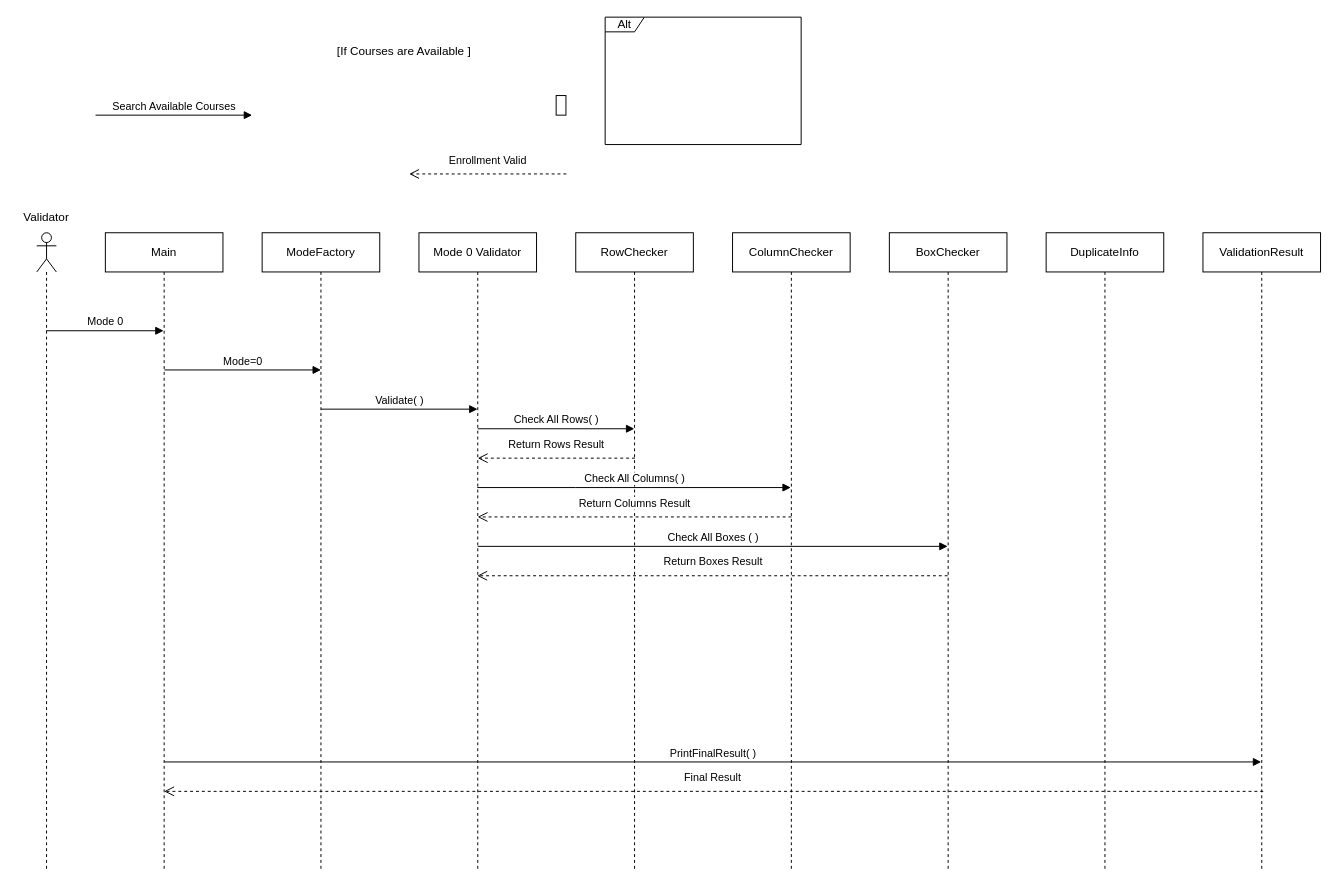
The draw.io diagram SequenceMode0Diagram.drawio in ghadeer4705/Lab9_Sudoku1, before the edit. Source tidied: cells renumbered, new cells numbered last; positions are measured from the earlier drawing's top-left corner, leaving out a move shared by most shapes. Both pictures are drawn from the tidied source at 98%, with x=0, y=0 at pixel (17, 17).
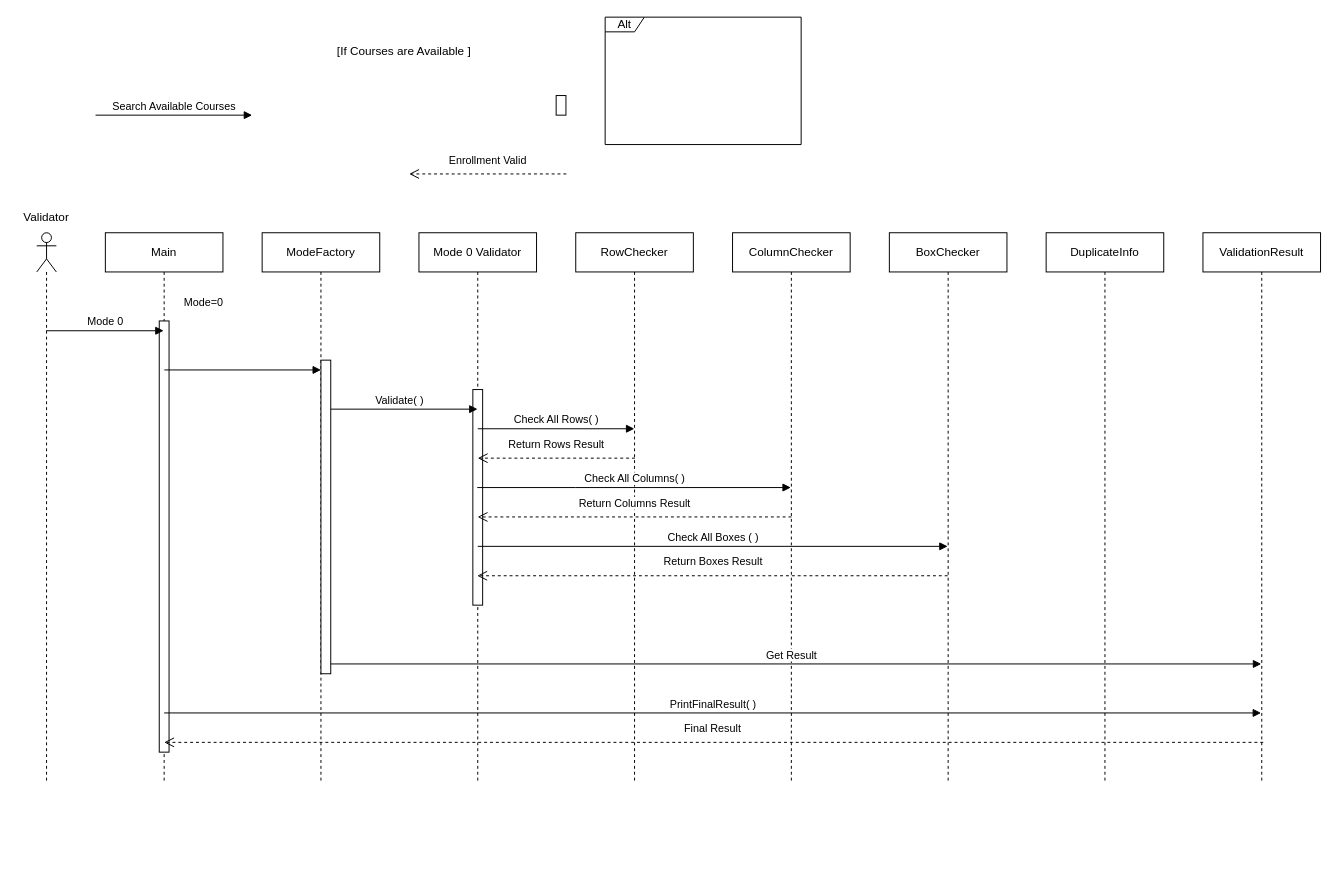
Above is the later version.

Change to the diagram source:
```diff
@@
     <mxCell id="4" value="Main" style="shape=umlLifeline;perimeter=lifelinePerimeter;whiteSpace=wrap;html=1;newEdgeStyle={&quot;curved&quot;:0,&quot;rounded&quot;:0};size=40;" parent="1" vertex="1">
-      <mxGeometry x="90" y="220" width="120" height="650" as="geometry" />
+      <mxGeometry x="90" y="220" width="120" height="560" as="geometry" />
     </mxCell>
+    <mxCell id="28" style="html=1;perimeter=orthogonalPerimeter;targetShapes=umlLifeline;newEdgeStyle={&quot;curved&quot;:0,&quot;rounded&quot;:0};" parent="4" vertex="1">
+      <mxGeometry x="55" y="90" width="10" height="440" as="geometry" />
+    </mxCell>
@@
     <mxCell id="8" style="shape=umlLifeline;perimeter=lifelinePerimeter;whiteSpace=wrap;html=1;newEdgeStyle={&quot;curved&quot;:0,&quot;rounded&quot;:0};participant=umlActor;" parent="1" vertex="1">
-      <mxGeometry x="20" y="220" width="20" height="650" as="geometry" />
+      <mxGeometry x="20" y="220" width="20" height="560" as="geometry" />
     </mxCell>
     <mxCell id="9" value="ModeFactory" style="shape=umlLifeline;perimeter=lifelinePerimeter;whiteSpace=wrap;html=1;newEdgeStyle={&quot;curved&quot;:0,&quot;rounded&quot;:0};size=40;" parent="1" vertex="1">
-      <mxGeometry x="250" y="220" width="120" height="650" as="geometry" />
+      <mxGeometry x="250" y="220" width="120" height="560" as="geometry" />
     </mxCell>
     <mxCell id="10" value="Mode 0 Validator" style="shape=umlLifeline;perimeter=lifelinePerimeter;whiteSpace=wrap;html=1;outlineConnect=0;portConstraint=eastwest;newEdgeStyle={&quot;curved&quot;:0,&quot;rounded&quot;:0};size=40;" parent="1" vertex="1">
-      <mxGeometry x="410" y="220" width="120" height="650" as="geometry" />
+      <mxGeometry x="410" y="220" width="120" height="560" as="geometry" />
     </mxCell>
+    <mxCell id="29" style="html=1;perimeter=orthogonalPerimeter;targetShapes=umlLifeline;newEdgeStyle={&quot;curved&quot;:0,&quot;rounded&quot;:0};" parent="10" vertex="1">
+      <mxGeometry x="55" y="160" width="10" height="220" as="geometry" />
+    </mxCell>
     <mxCell id="11" value="RowChecker" style="shape=umlLifeline;perimeter=lifelinePerimeter;whiteSpace=wrap;html=1;newEdgeStyle={&quot;curved&quot;:0,&quot;rounded&quot;:0};size=40;" parent="1" vertex="1">
-      <mxGeometry x="570" y="220" width="120" height="650" as="geometry" />
+      <mxGeometry x="570" y="220" width="120" height="560" as="geometry" />
     </mxCell>
     <mxCell id="12" value="ColumnChecker" style="shape=umlLifeline;perimeter=lifelinePerimeter;whiteSpace=wrap;html=1;outlineConnect=0;portConstraint=eastwest;newEdgeStyle={&quot;curved&quot;:0,&quot;rounded&quot;:0};size=40;" parent="1" vertex="1">
-      <mxGeometry x="730" y="220" width="120" height="650" as="geometry" />
+      <mxGeometry x="730" y="220" width="120" height="560" as="geometry" />
     </mxCell>
     <mxCell id="13" value="BoxChecker" style="shape=umlLifeline;perimeter=lifelinePerimeter;whiteSpace=wrap;html=1;outlineConnect=0;portConstraint=eastwest;newEdgeStyle={&quot;curved&quot;:0,&quot;rounded&quot;:0};size=40;" parent="1" vertex="1">
-      <mxGeometry x="890" y="220" width="120" height="650" as="geometry" />
+      <mxGeometry x="890" y="220" width="120" height="560" as="geometry" />
     </mxCell>
     <mxCell id="14" value="DuplicateInfo" style="shape=umlLifeline;perimeter=lifelinePerimeter;whiteSpace=wrap;html=1;newEdgeStyle={&quot;curved&quot;:0,&quot;rounded&quot;:0};size=40;" parent="1" vertex="1">
-      <mxGeometry x="1050" y="220" width="120" height="650" as="geometry" />
+      <mxGeometry x="1050" y="220" width="120" height="560" as="geometry" />
     </mxCell>
     <mxCell id="15" value="ValidationResult" style="shape=umlLifeline;perimeter=lifelinePerimeter;whiteSpace=wrap;html=1;outlineConnect=0;portConstraint=eastwest;newEdgeStyle={&quot;curved&quot;:0,&quot;rounded&quot;:0};size=40;" parent="1" vertex="1">
-      <mxGeometry x="1210" y="220" width="120" height="650" as="geometry" />
+      <mxGeometry x="1210" y="220" width="120" height="560" as="geometry" />
     </mxCell>
@@
-    <mxCell id="18" value="Mode=0" style="html=1;verticalAlign=bottom;endArrow=block;curved=0;rounded=0;" parent="1" edge="1">
-      <mxGeometry relative="1" as="geometry">
-        <mxPoint x="150.2" y="360" as="sourcePoint" />
+    <mxCell id="18" value="Mode=0" style="html=1;verticalAlign=bottom;endArrow=block;curved=0;rounded=0;" parent="1" edge="1" source="32">
+      <mxGeometry x="1" y="60" relative="1" as="geometry">
         <mxPoint x="310" y="360" as="targetPoint" />
+        <mxPoint x="-60" y="-60" as="offset" />
       </mxGeometry>
     </mxCell>
     <mxCell id="19" value="PrintFinalResult( )" style="html=1;verticalAlign=bottom;endArrow=block;curved=0;rounded=0;" parent="1" edge="1">
       <mxGeometry relative="1" as="geometry">
-        <mxPoint x="150.2" y="760" as="sourcePoint" />
-        <mxPoint x="1269.5" y="760" as="targetPoint" />
+        <mxPoint x="150" y="710" as="sourcePoint" />
+        <mxPoint x="1269.3" y="710" as="targetPoint" />
       </mxGeometry>
     </mxCell>
@@
     <mxCell id="21" value="Final Result&amp;nbsp;" style="html=1;verticalAlign=bottom;endArrow=open;dashed=1;endSize=8;curved=0;rounded=0;" parent="1" edge="1">
       <mxGeometry y="-5" relative="1" as="geometry">
-        <mxPoint x="1271.5" y="790" as="sourcePoint" />
-        <mxPoint x="150" y="790" as="targetPoint" />
+        <mxPoint x="1271.5" y="740" as="sourcePoint" />
+        <mxPoint x="150" y="740" as="targetPoint" />
         <Array as="points">
-          <mxPoint x="1172" y="790" />
+          <mxPoint x="1172" y="740" />
         </Array>
       </mxGeometry>
     </mxCell>
@@
+    <mxCell id="30" value="Get Result" style="html=1;verticalAlign=bottom;endArrow=block;curved=0;rounded=0;" parent="1" edge="1" target="15">
+      <mxGeometry relative="1" as="geometry">
+        <mxPoint x="310" y="660" as="sourcePoint" />
+      </mxGeometry>
+    </mxCell>
+    <mxCell id="31" style="html=1;verticalAlign=bottom;endArrow=block;curved=0;rounded=0;" parent="1" edge="1" target="32">
+      <mxGeometry relative="1" as="geometry">
+        <mxPoint x="150.2" y="360" as="sourcePoint" />
+      </mxGeometry>
+    </mxCell>
+    <mxCell id="32" style="html=1;points=[[0,0,0,0,5],[0,1,0,0,-5],[1,0,0,0,5],[1,1,0,0,-5]];perimeter=orthogonalPerimeter;outlineConnect=0;targetShapes=umlLifeline;portConstraint=eastwest;newEdgeStyle={&quot;curved&quot;:0,&quot;rounded&quot;:0};" parent="1" vertex="1">
+      <mxGeometry x="310" y="350" width="10" height="320" as="geometry" />
+    </mxCell>
```
